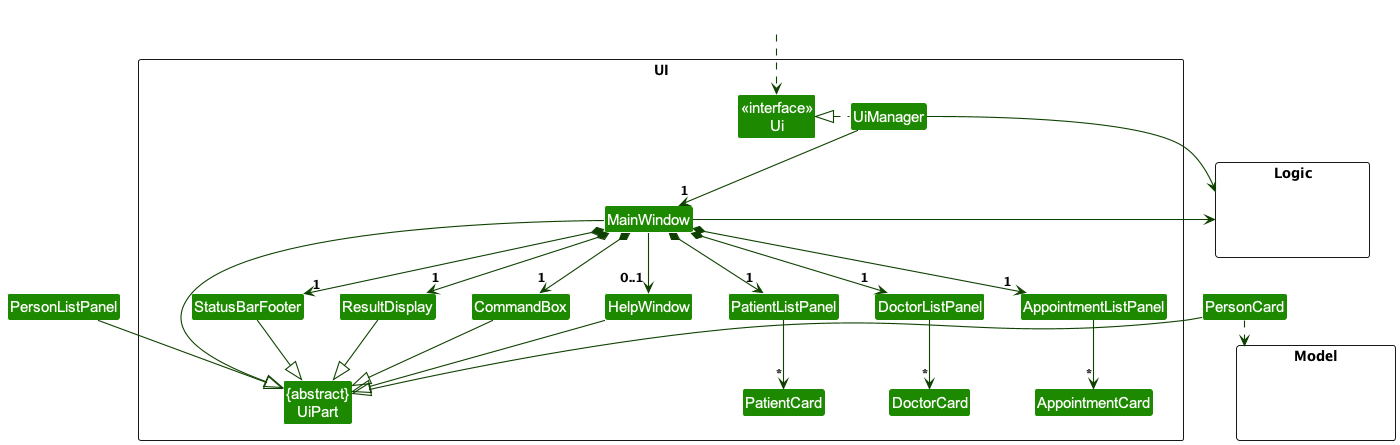
This is docs/images/UiClassDiagram.png from nus-cs2103-AY2324S1/tp, a PlantUML export, as it was before one commit.
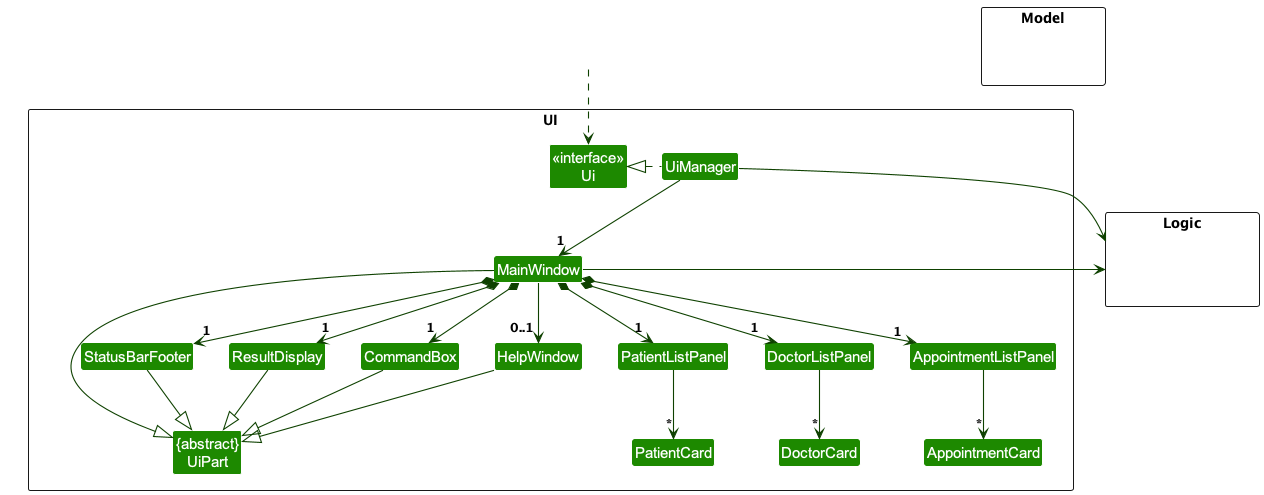
Later version of the same file.

Diff of the diagram source:
```diff
@@ -50,16 +50,12 @@
 
 ResultDisplay --|> UiPart
 CommandBox --|> UiPart
-PersonListPanel --|> UiPart
-PersonCard --|> UiPart
 StatusBarFooter --|> UiPart
 HelpWindow --|> UiPart
 
-PersonCard ..> Model
 UiManager -right-> Logic
 MainWindow -left-> Logic
 
-PersonListPanel -[hidden]left- HelpWindow
 HelpWindow -[hidden]left- CommandBox
 CommandBox -[hidden]left- ResultDisplay
 ResultDisplay -[hidden]left- StatusBarFooter
```
